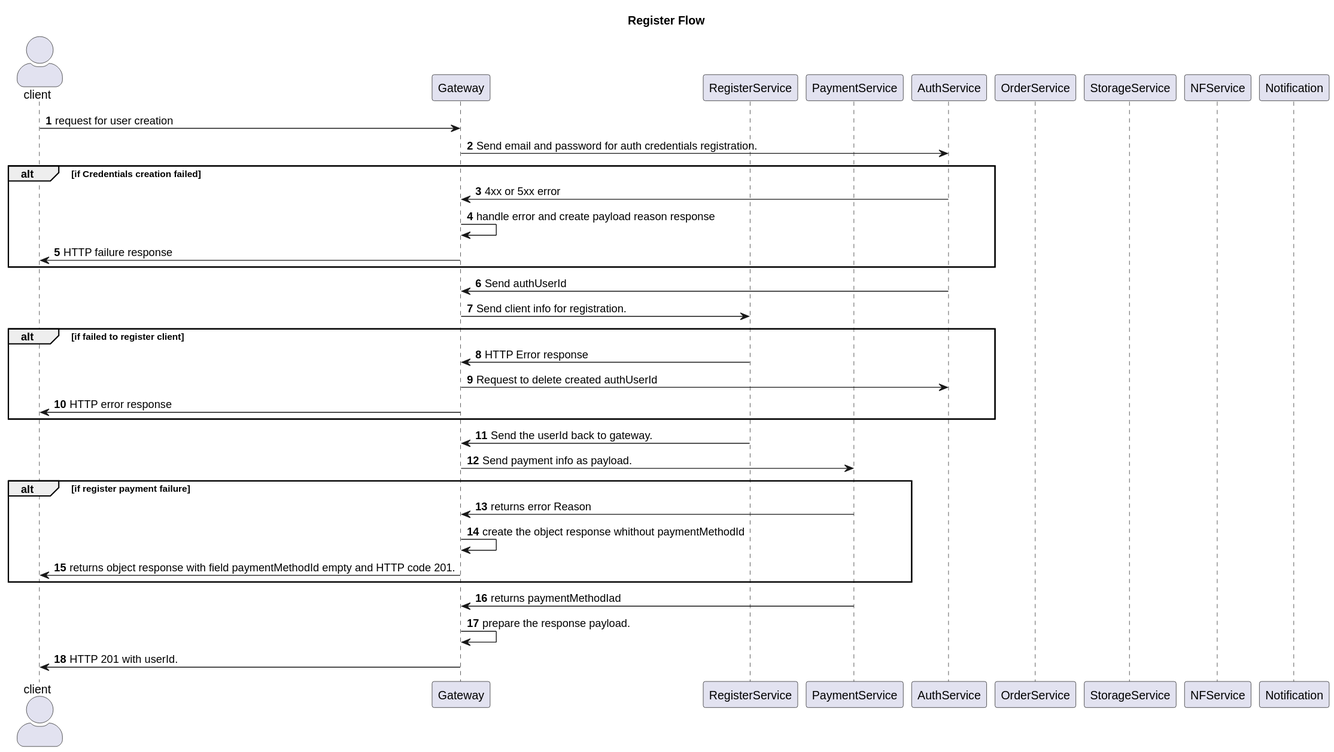
The PlantUML diagram sequence-diagrams-svg/register-flow.svg in Rodfc773/prevenir-docs, before a commit. Source of this version:
```plantuml
@startuml
title Register Flow
skinparam actorStyle awesome
actor client
participant Gateway
participant RegisterService
participant PaymentService
participant AuthService
participant OrderService
participant StorageService
participant NFService
participant Notification

autonumber
client -> Gateway: request for user creation
Gateway -> AuthService: Send email and password for auth credentials registration.

alt if Credentials creation failed

Gateway <- AuthService: 4xx or 5xx error
Gateway-> Gateway: handle error and create payload reason response
Gateway -> client: HTTP failure response

end
Gateway <- AuthService: Send authUserId
Gateway -> RegisterService: Send client info for registration.


alt if failed to register client
RegisterService -> Gateway: HTTP Error response
Gateway -> AuthService: Request to delete created authUserId
Gateway -> client: HTTP error response

end
Gateway <- RegisterService: Send the userId back to gateway.
Gateway -> PaymentService: Send payment info as payload.

alt if register payment failure
PaymentService -> Gateway: returns error Reason
Gateway -> Gateway: create the object response whithout paymentMethodId
Gateway -> client: returns object response with field paymentMethodId empty and HTTP code 201.
end

PaymentService -> Gateway : returns paymentMethodIad
Gateway -> Gateway: prepare the response payload.
Gateway -> client: HTTP 201 with userId.
@enduml
```
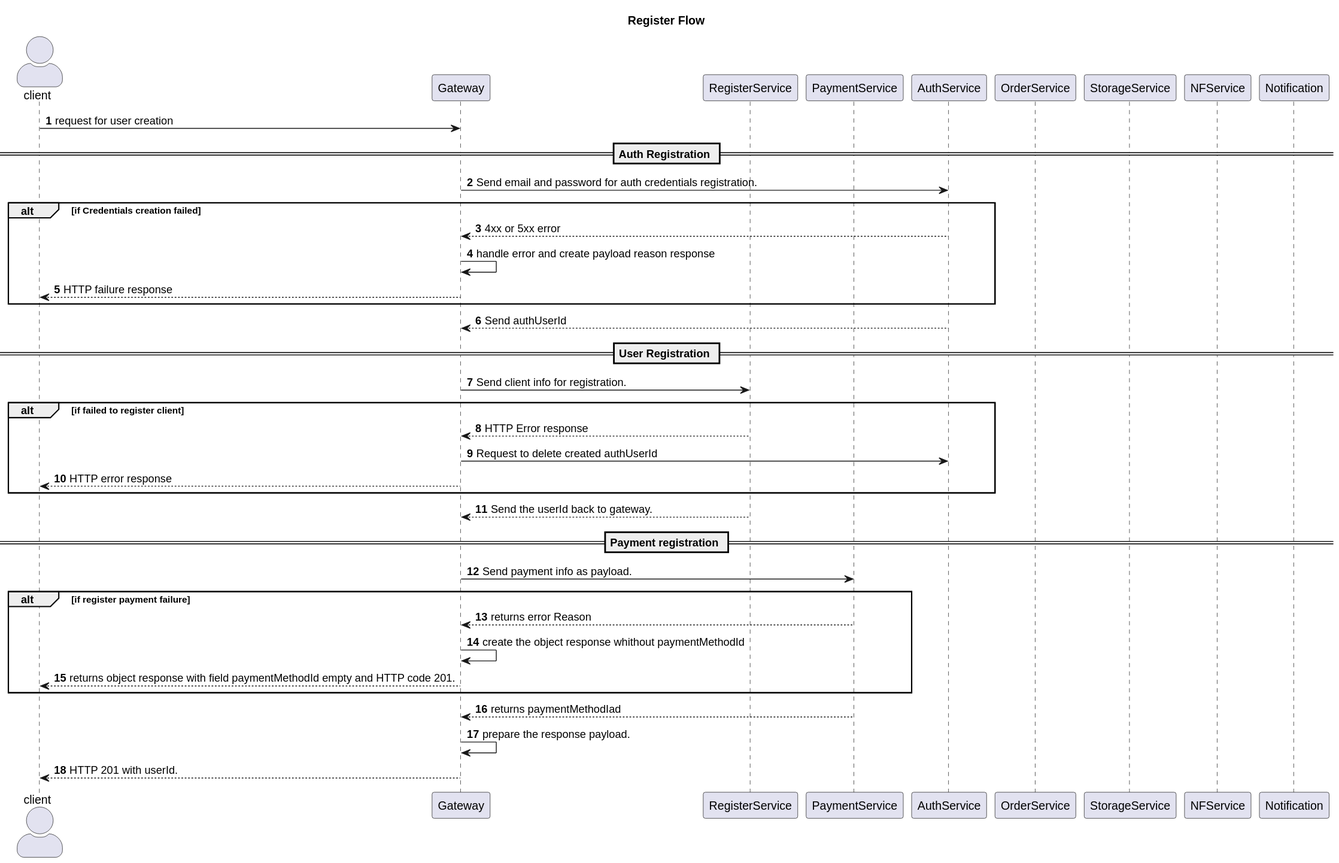
Later version of the same file.

Commit message:
Adding more sequence diagrams.

What changed in the source:
```diff
@@ -13,35 +13,41 @@
 
 autonumber
 client -> Gateway: request for user creation
+
+== Auth Registration ==
 Gateway -> AuthService: Send email and password for auth credentials registration.
 
 alt if Credentials creation failed
 
-Gateway <- AuthService: 4xx or 5xx error
+Gateway <-- AuthService: 4xx or 5xx error
 Gateway-> Gateway: handle error and create payload reason response
-Gateway -> client: HTTP failure response
+Gateway --> client: HTTP failure response
 
 end
-Gateway <- AuthService: Send authUserId
+Gateway <-- AuthService: Send authUserId
+
+== User Registration ==
 Gateway -> RegisterService: Send client info for registration.
 
 
 alt if failed to register client
-RegisterService -> Gateway: HTTP Error response
+RegisterService --> Gateway: HTTP Error response
 Gateway -> AuthService: Request to delete created authUserId
-Gateway -> client: HTTP error response
+Gateway --> client: HTTP error response
 
 end
-Gateway <- RegisterService: Send the userId back to gateway.
+Gateway <-- RegisterService: Send the userId back to gateway.
+
+== Payment registration ==
 Gateway -> PaymentService: Send payment info as payload.
 
 alt if register payment failure
-PaymentService -> Gateway: returns error Reason
+PaymentService --> Gateway: returns error Reason
 Gateway -> Gateway: create the object response whithout paymentMethodId
-Gateway -> client: returns object response with field paymentMethodId empty and HTTP code 201.
+Gateway --> client: returns object response with field paymentMethodId empty and HTTP code 201.
 end
 
-PaymentService -> Gateway : returns paymentMethodIad
+PaymentService --> Gateway : returns paymentMethodIad
 Gateway -> Gateway: prepare the response payload.
-Gateway -> client: HTTP 201 with userId.
+Gateway --> client: HTTP 201 with userId.
 @enduml
```
